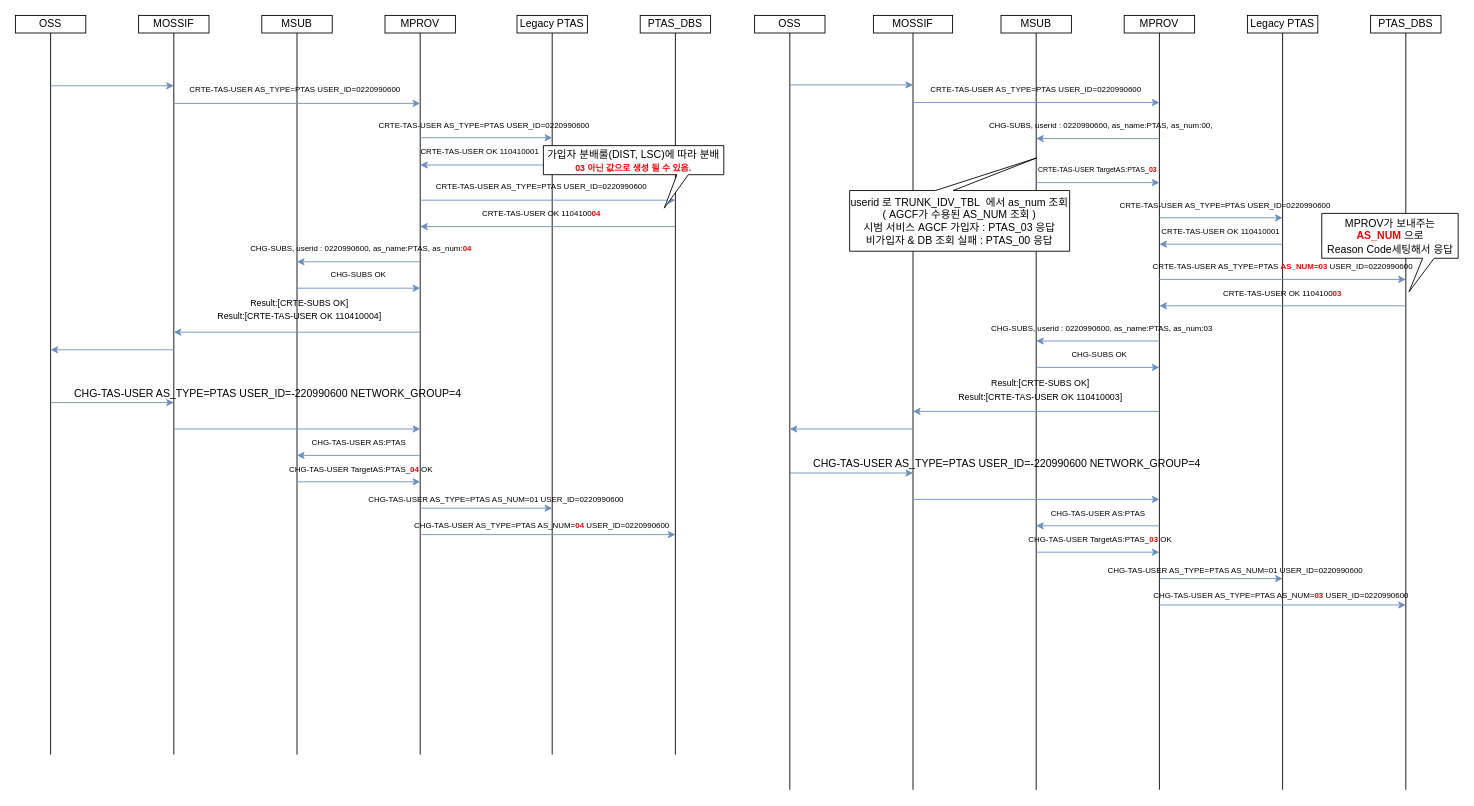
Before: vPTAS 가입자 청약 기능 개선.drawio in JaeHyeon774/NEWTIL, a draw.io diagram. Source tidied: cells renumbered, new cells numbered last; positions are measured from the earlier drawing's top-left corner, leaving out a move shared by most shapes. Both pictures are drawn from the tidied source at 88%, with x=0, y=0 at pixel (15, 15).
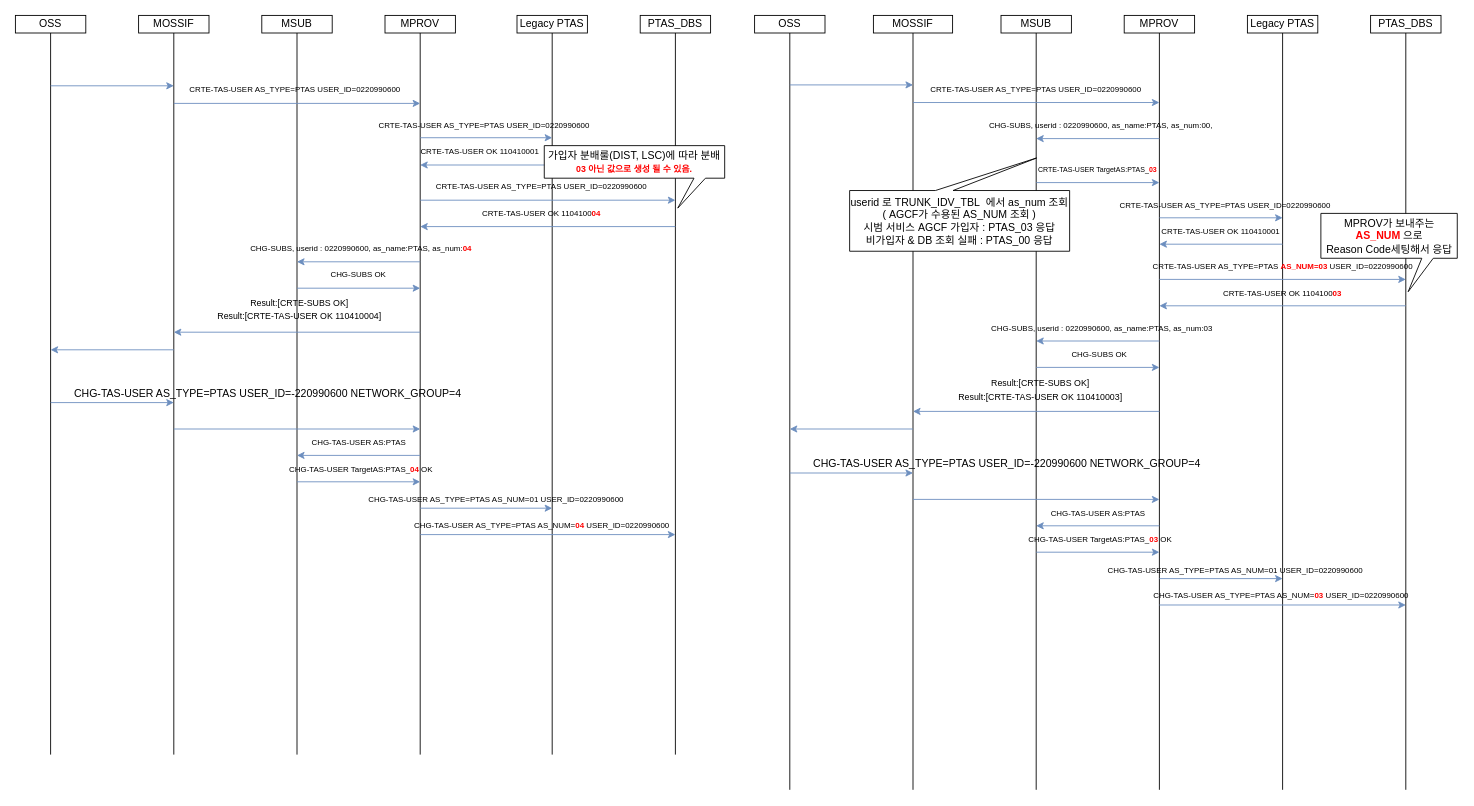
The same diagram, later.

Commit message (it also covers changes not shown here):
vPTAS 가입자 청약 기능 개선.drawio 업데이트

The edit, as a diff of the source:
```diff
@@
-    <mxCell id="66" value="가입자 분배룰(DIST, LSC)에 따라 분배&lt;div&gt;&lt;font style=&quot;font-size: 10px; color: rgb(255, 0, 0);&quot;&gt;&lt;b&gt;03 아닌 값으로 생성 될 수 있음.&lt;/b&gt;&lt;/font&gt;&lt;/div&gt;" style="shape=callout;whiteSpace=wrap;html=1;perimeter=calloutPerimeter;position2=0.67;size=38;position=0.74;base=13;" parent="1" vertex="1">
-      <mxGeometry x="600" y="148" width="205" height="71" as="geometry" />
+    <mxCell id="66" value="가입자 분배룰(DIST, LSC)에 따라 분배&lt;div&gt;&lt;font style=&quot;font-size: 10px; color: rgb(255, 0, 0);&quot;&gt;&lt;b&gt;03 아닌 값으로 생성 될 수 있음.&lt;/b&gt;&lt;/font&gt;&lt;/div&gt;" style="shape=callout;whiteSpace=wrap;html=1;perimeter=calloutPerimeter;position2=0.74;size=34;position=0.83;base=13;" parent="1" vertex="1">
+      <mxGeometry x="601" y="148" width="205" height="71" as="geometry" />
     </mxCell>
     <mxCell id="67" value="MPROV가 보내주는 &lt;b&gt;&lt;font style=&quot;color: rgb(255, 0, 0);&quot;&gt;AS_NUM&lt;/font&gt;&lt;/b&gt; 으로 &lt;br&gt;Reason Code세팅해서 응답" style="shape=callout;whiteSpace=wrap;html=1;perimeter=calloutPerimeter;position2=0.64;size=38;position=0.74;base=13;" parent="1" vertex="1">
-      <mxGeometry x="1484.5" y="225" width="155" height="89" as="geometry" />
+      <mxGeometry x="1483.5" y="225" width="155" height="89" as="geometry" />
     </mxCell>
```
